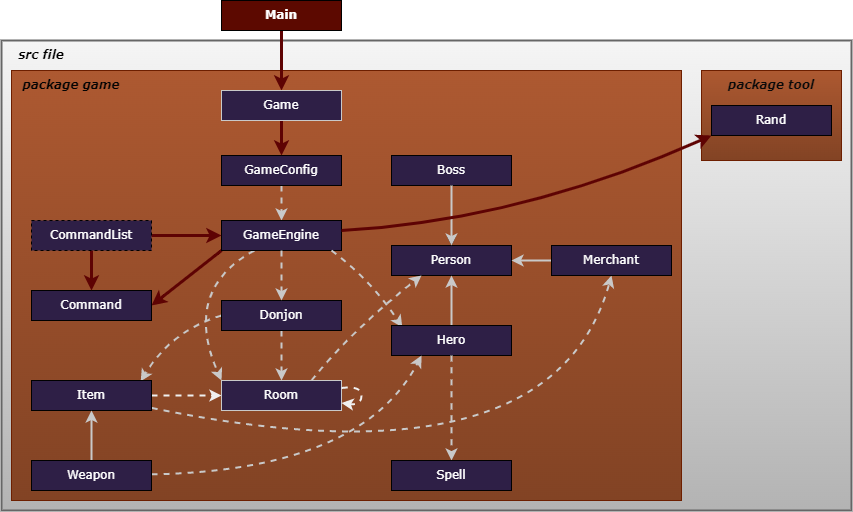
Earlier version of the draw.io export Jeux_RPG/diagram.drawio.png (Vivien-Parsis/Jeux-rpg). Source tidied: cells renumbered, new cells last; positions are measured from the earlier drawing's top-left corner, leaving out a move shared by most shapes.
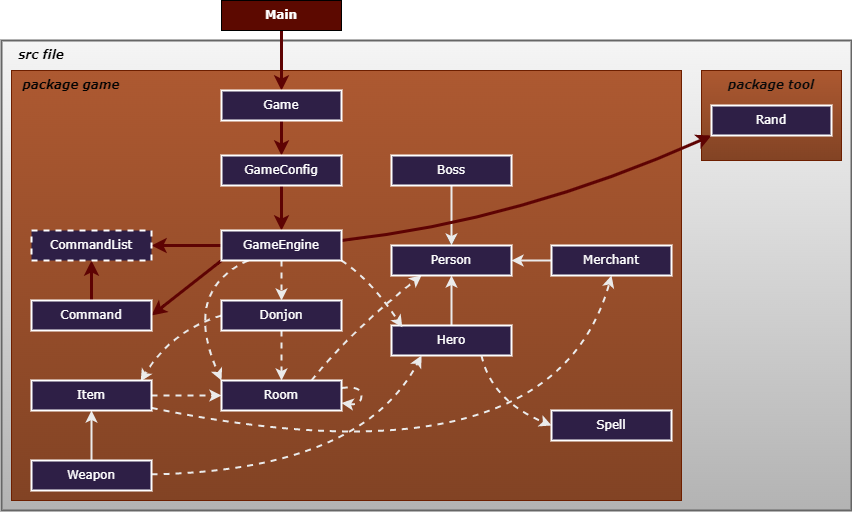
After the commit.

Commit message:
added diagram and final room

What changed in the source:
```diff
@@ -17,13 +17,10 @@
     <mxCell id="6" value="Main" style="rounded=0;whiteSpace=wrap;html=1;fontFamily=Verdana;fillColor=#5C0900;fontStyle=1;fontColor=#ffffff;" parent="1" vertex="1">
       <mxGeometry x="220" width="120" height="30" as="geometry" />
     </mxCell>
-    <mxCell id="7" style="edgeStyle=none;html=1;fontColor=#FFFAFA;strokeColor=#C9C9C9;dashed=1;strokeWidth=2;" parent="1" edge="1" source="8" target="11">
-      <mxGeometry relative="1" as="geometry" />
-    </mxCell>
     <mxCell id="8" value="GameConfig" style="rounded=0;whiteSpace=wrap;html=1;fillStyle=auto;fillColor=#2E1F46;fontFamily=Verdana;fontColor=#ffffff;" parent="1" vertex="1">
       <mxGeometry x="220" y="155" width="120" height="30" as="geometry" />
     </mxCell>
-    <mxCell id="9" style="edgeStyle=none;curved=1;html=1;entryX=0;entryY=0;entryDx=0;entryDy=0;dashed=1;fontColor=#FFFAFA;strokeColor=#C9C9C9;strokeWidth=2;" parent="1" edge="1" source="11" target="27">
+    <mxCell id="9" style="edgeStyle=none;curved=1;html=1;entryX=0;entryY=0;entryDx=0;entryDy=0;dashed=1;fontColor=#FFFAFA;strokeColor=#EBEBEB;strokeWidth=2;" parent="1" edge="1" source="11" target="27">
       <mxGeometry relative="1" as="geometry">
         <Array as="points">
           <mxPoint x="180" y="290" />
@@ -33,20 +30,17 @@
     <mxCell id="10" style="edgeStyle=none;html=1;entryX=1;entryY=0.5;entryDx=0;entryDy=0;fontFamily=Helvetica;exitX=0;exitY=1;exitDx=0;exitDy=0;curved=1;fontColor=#FFFAFA;strokeColor=#5e0303;strokeWidth=3;" parent="1" edge="1" source="11" target="31">
       <mxGeometry relative="1" as="geometry" />
     </mxCell>
-    <mxCell id="11" value="GameEngine" style="rounded=0;whiteSpace=wrap;html=1;fillStyle=auto;fillColor=#2E1F46;fontFamily=Verdana;fontColor=#ffffff;" parent="1" vertex="1">
-      <mxGeometry x="220" y="220" width="120" height="30" as="geometry" />
-    </mxCell>
-    <mxCell id="12" style="edgeStyle=none;html=1;dashed=1;fontColor=#ffffff;strokeColor=#C9C9C9;strokeWidth=2;" parent="1" edge="1" source="14" target="27">
+    <mxCell id="12" style="edgeStyle=none;html=1;dashed=1;fontColor=#ffffff;strokeColor=#EBEBEB;strokeWidth=2;" parent="1" edge="1" source="14" target="27">
       <mxGeometry relative="1" as="geometry" />
     </mxCell>
-    <mxCell id="13" style="edgeStyle=none;curved=1;html=1;entryX=0.91;entryY=0.027;entryDx=0;entryDy=0;dashed=1;exitX=0;exitY=0.5;exitDx=0;exitDy=0;entryPerimeter=0;fontColor=#FFFAFA;strokeColor=#C9C9C9;strokeWidth=2;" parent="1" edge="1" source="14" target="23">
+    <mxCell id="13" style="edgeStyle=none;curved=1;html=1;entryX=0.91;entryY=0.027;entryDx=0;entryDy=0;dashed=1;exitX=0;exitY=0.5;exitDx=0;exitDy=0;entryPerimeter=0;fontColor=#FFFAFA;strokeColor=#EBEBEB;strokeWidth=2;" parent="1" edge="1" source="14" target="23">
       <mxGeometry relative="1" as="geometry">
         <Array as="points">
           <mxPoint x="170" y="330" />
         </Array>
       </mxGeometry>
     </mxCell>
-    <mxCell id="14" value="Donjon" style="rounded=0;whiteSpace=wrap;html=1;fillStyle=auto;fillColor=#2E1F46;fontFamily=Verdana;fontColor=#ffffff;" parent="1" vertex="1">
+    <mxCell id="14" value="Donjon" style="rounded=0;whiteSpace=wrap;html=1;fillStyle=auto;fillColor=#2E1F46;fontFamily=Verdana;fontColor=#ffffff;strokeColor=#ffffff;strokeWidth=2;" parent="1" vertex="1">
       <mxGeometry x="220" y="300" width="120" height="30" as="geometry" />
     </mxCell>
     <mxCell id="15" value="Person" style="rounded=0;whiteSpace=wrap;html=1;fillStyle=auto;fillColor=#2E1F46;fontFamily=Verdana;fontColor=#ffffff;" parent="1" vertex="1">
@@ -58,24 +52,16 @@
     <mxCell id="17" value="Boss" style="rounded=0;whiteSpace=wrap;html=1;fillStyle=auto;fillColor=#2E1F46;fontFamily=Verdana;fontColor=#ffffff;" parent="1" vertex="1">
       <mxGeometry x="390" y="155" width="120" height="30" as="geometry" />
     </mxCell>
-    <mxCell id="18" style="edgeStyle=none;html=1;fontColor=#FFFAFA;strokeColor=#C9C9C9;strokeWidth=2;" parent="1" edge="1" source="20" target="15">
+    <mxCell id="18" style="edgeStyle=none;html=1;fontColor=#FFFAFA;strokeColor=#EBEBEB;strokeWidth=2;" parent="1" edge="1" source="20" target="15">
       <mxGeometry relative="1" as="geometry" />
     </mxCell>
-    <mxCell id="19" style="edgeStyle=none;html=1;entryX=0.09;entryY=0.06;entryDx=0;entryDy=0;dashed=1;curved=1;fontColor=#FFFAFA;strokeColor=#C9C9C9;strokeWidth=2;entryPerimeter=0;" parent="1" edge="1" target="20">
-      <mxGeometry relative="1" as="geometry">
-        <mxPoint x="330" y="250" as="sourcePoint" />
-        <Array as="points">
-          <mxPoint x="370" y="280" />
-        </Array>
-      </mxGeometry>
-    </mxCell>
-    <mxCell id="20" value="Hero" style="rounded=0;whiteSpace=wrap;html=1;fillStyle=auto;fillColor=#2E1F46;fontFamily=Verdana;fontColor=#ffffff;" parent="1" vertex="1">
+    <mxCell id="20" value="Hero" style="rounded=0;whiteSpace=wrap;html=1;fillStyle=auto;fillColor=#2E1F46;fontFamily=Verdana;fontColor=#ffffff;strokeColor=#ffffff;strokeWidth=2;" parent="1" vertex="1">
       <mxGeometry x="390" y="325" width="120" height="30" as="geometry" />
     </mxCell>
-    <mxCell id="21" style="edgeStyle=none;html=1;entryX=0;entryY=0.5;entryDx=0;entryDy=0;dashed=1;fontColor=#FFFAFA;strokeColor=#F0F0F0;strokeWidth=2;" parent="1" edge="1" source="23" target="27">
+    <mxCell id="21" style="edgeStyle=none;html=1;entryX=0;entryY=0.5;entryDx=0;entryDy=0;dashed=1;fontColor=#FFFAFA;strokeColor=#EBEBEB;strokeWidth=2;" parent="1" edge="1" source="23" target="27">
       <mxGeometry relative="1" as="geometry" />
     </mxCell>
-    <mxCell id="22" style="edgeStyle=none;html=1;entryX=0.5;entryY=1;entryDx=0;entryDy=0;strokeColor=#C9C9C9;fontColor=#FFFAFA;dashed=1;strokeWidth=2;curved=1;" parent="1" edge="1" source="23" target="47">
+    <mxCell id="22" style="edgeStyle=none;html=1;entryX=0.5;entryY=1;entryDx=0;entryDy=0;strokeColor=#EBEBEB;fontColor=#FFFAFA;dashed=1;strokeWidth=2;curved=1;" parent="1" edge="1" source="23" target="47">
       <mxGeometry relative="1" as="geometry">
         <Array as="points">
           <mxPoint x="550" y="490" />
@@ -85,10 +71,10 @@
     <mxCell id="23" value="Item" style="rounded=0;whiteSpace=wrap;html=1;fillStyle=auto;fillColor=#2E1F46;fontFamily=Verdana;fontColor=#ffffff;" parent="1" vertex="1">
       <mxGeometry x="30" y="380" width="120" height="30" as="geometry" />
     </mxCell>
-    <mxCell id="24" style="edgeStyle=none;html=1;fontColor=#FFFAFA;strokeColor=#C9C9C9;strokeWidth=2;" parent="1" edge="1" source="26" target="23">
+    <mxCell id="24" style="edgeStyle=none;html=1;fontColor=#FFFAFA;strokeColor=#EBEBEB;strokeWidth=2;" parent="1" edge="1" source="26" target="23">
       <mxGeometry relative="1" as="geometry" />
     </mxCell>
-    <mxCell id="25" style="edgeStyle=none;html=1;entryX=0.25;entryY=1;entryDx=0;entryDy=0;dashed=1;curved=1;fontColor=#FFFAFA;strokeColor=#C9C9C9;strokeWidth=2;" parent="1" edge="1" source="26" target="20">
+    <mxCell id="25" style="edgeStyle=none;html=1;entryX=0.25;entryY=1;entryDx=0;entryDy=0;dashed=1;curved=1;fontColor=#FFFAFA;strokeColor=#EBEBEB;strokeWidth=2;" parent="1" edge="1" source="26" target="20">
       <mxGeometry relative="1" as="geometry">
         <Array as="points">
           <mxPoint x="360" y="470" />
@@ -101,53 +87,49 @@
     <mxCell id="27" value="Room" style="rounded=0;whiteSpace=wrap;html=1;fillStyle=auto;fillColor=#2E1F46;fontFamily=Verdana;fontColor=#ffffff;strokeColor=#C9C9C9;" parent="1" vertex="1">
       <mxGeometry x="220" y="380" width="120" height="30" as="geometry" />
     </mxCell>
-    <mxCell id="28" style="edgeStyle=none;curved=1;html=1;dashed=1;fontColor=#FFFAFA;strokeColor=#F0F0F0;strokeWidth=2;" parent="1" edge="1" source="27" target="27">
+    <mxCell id="28" style="edgeStyle=none;curved=1;html=1;dashed=1;fontColor=#FFFAFA;strokeColor=#EBEBEB;strokeWidth=2;" parent="1" edge="1" source="27" target="27">
       <mxGeometry relative="1" as="geometry" />
     </mxCell>
-    <mxCell id="29" style="edgeStyle=none;curved=1;html=1;dashed=1;fontColor=#FFFAFA;strokeColor=#C9C9C9;strokeWidth=2;exitX=0.5;exitY=1;exitDx=0;exitDy=0;entryX=0.5;entryY=0;entryDx=0;entryDy=0;" parent="1" edge="1" source="20" target="30">
-      <mxGeometry relative="1" as="geometry" />
+    <mxCell id="29" style="edgeStyle=none;curved=1;html=1;dashed=1;fontColor=#FFFAFA;strokeColor=#EBEBEB;strokeWidth=2;exitX=0.75;exitY=1;exitDx=0;exitDy=0;entryX=0;entryY=0.5;entryDx=0;entryDy=0;" parent="1" edge="1" source="20" target="30">
+      <mxGeometry relative="1" as="geometry">
+        <Array as="points">
+          <mxPoint x="490" y="400" />
+        </Array>
+      </mxGeometry>
     </mxCell>
-    <mxCell id="30" value="Spell" style="rounded=0;whiteSpace=wrap;html=1;fillStyle=auto;fillColor=#2E1F46;fontFamily=Verdana;fontColor=#ffffff;" parent="1" vertex="1">
-      <mxGeometry x="390" y="460" width="120" height="30" as="geometry" />
+    <mxCell id="30" value="Spell" style="rounded=0;whiteSpace=wrap;html=1;fillStyle=auto;fillColor=#2E1F46;fontFamily=Verdana;fontColor=#ffffff;strokeWidth=2;strokeColor=#ffffff;" parent="1" vertex="1">
+      <mxGeometry x="550" y="410" width="120" height="30" as="geometry" />
     </mxCell>
-    <mxCell id="31" value="Command" style="rounded=0;whiteSpace=wrap;html=1;fillStyle=auto;fillColor=#2E1F46;fontFamily=Verdana;fontColor=#ffffff;" parent="1" vertex="1">
-      <mxGeometry x="30" y="290" width="120" height="30" as="geometry" />
-    </mxCell>
     <mxCell id="32" style="edgeStyle=none;curved=1;html=1;dashed=1;strokeWidth=1;strokeColor=none;dashPattern=1 4;fontColor=#ffffff;" parent="1" edge="1" source="35" target="11">
       <mxGeometry relative="1" as="geometry" />
     </mxCell>
-    <mxCell id="33" style="edgeStyle=none;curved=1;html=1;strokeWidth=3;fontColor=#FFFAFA;strokeColor=#5e0303;" parent="1" edge="1" source="35">
-      <mxGeometry relative="1" as="geometry">
-        <mxPoint x="220" y="235" as="targetPoint" />
-      </mxGeometry>
+    <mxCell id="33" style="edgeStyle=none;curved=1;html=1;strokeWidth=3;fontColor=#FFFAFA;strokeColor=#5e0303;entryX=1;entryY=0.5;entryDx=0;entryDy=0;" parent="1" edge="1" source="11" target="35">
+      <mxGeometry relative="1" as="geometry" />
     </mxCell>
-    <mxCell id="34" style="edgeStyle=none;curved=1;html=1;strokeWidth=3;fontColor=#FFFAFA;strokeColor=#5e0303;" parent="1" edge="1" source="35" target="31">
+    <mxCell id="34" style="edgeStyle=none;curved=1;html=1;strokeWidth=3;fontColor=#FFFAFA;strokeColor=#5e0303;exitX=0.5;exitY=0;exitDx=0;exitDy=0;entryX=0.5;entryY=1;entryDx=0;entryDy=0;" parent="1" edge="1" source="31" target="35">
       <mxGeometry relative="1" as="geometry" />
     </mxCell>
-    <mxCell id="35" value="CommandList" style="rounded=0;whiteSpace=wrap;html=1;dashed=1;fillStyle=auto;fillColor=#2E1F46;fontFamily=Verdana;fontColor=#ffffff;" parent="1" vertex="1">
-      <mxGeometry x="30" y="220" width="120" height="30" as="geometry" />
+    <mxCell id="35" value="CommandList" style="rounded=0;whiteSpace=wrap;html=1;dashed=1;fillStyle=auto;fillColor=#2E1F46;fontFamily=Verdana;fontColor=#ffffff;strokeColor=#ffffff;strokeWidth=2;" parent="1" vertex="1">
+      <mxGeometry x="30" y="230" width="120" height="30" as="geometry" />
     </mxCell>
     <mxCell id="36" value="&lt;font face=&quot;Verdana&quot;&gt;package game&lt;/font&gt;" style="text;html=1;align=center;verticalAlign=middle;whiteSpace=wrap;rounded=0;fontStyle=3;fontColor=#030303;" parent="1" vertex="1">
       <mxGeometry x="20" y="70" width="100" height="30" as="geometry" />
     </mxCell>
-    <mxCell id="37" style="edgeStyle=none;html=1;fontColor=#FFFAFA;strokeColor=#C9C9C9;strokeWidth=2;" parent="1" edge="1">
+    <mxCell id="37" style="edgeStyle=none;html=1;fontColor=#FFFAFA;strokeColor=#EBEBEB;strokeWidth=2;" parent="1" edge="1">
       <mxGeometry relative="1" as="geometry">
         <mxPoint x="450" y="185" as="sourcePoint" />
         <mxPoint x="450" y="245" as="targetPoint" />
       </mxGeometry>
     </mxCell>
-    <mxCell id="38" style="edgeStyle=none;html=1;dashed=1;curved=1;fontColor=#FFFAFA;strokeColor=#C9C9C9;strokeWidth=2;entryX=0.25;entryY=1;entryDx=0;entryDy=0;exitX=0.75;exitY=0;exitDx=0;exitDy=0;" parent="1" edge="1" source="27" target="15">
+    <mxCell id="38" style="edgeStyle=none;html=1;dashed=1;curved=1;fontColor=#FFFAFA;strokeColor=#EBEBEB;strokeWidth=2;entryX=0.25;entryY=1;entryDx=0;entryDy=0;exitX=0.75;exitY=0;exitDx=0;exitDy=0;" parent="1" edge="1" source="27" target="15">
       <mxGeometry relative="1" as="geometry">
         <Array as="points">
           <mxPoint x="350" y="330" />
         </Array>
       </mxGeometry>
     </mxCell>
-    <mxCell id="39" style="edgeStyle=none;html=1;dashed=1;fontColor=#ffffff;strokeColor=#C9C9C9;strokeWidth=2;" parent="1" edge="1">
-      <mxGeometry relative="1" as="geometry">
-        <mxPoint x="280" y="250" as="sourcePoint" />
-        <mxPoint x="280" y="300" as="targetPoint" />
-      </mxGeometry>
+    <mxCell id="39" style="edgeStyle=none;html=1;dashed=1;fontColor=#ffffff;strokeColor=#EBEBEB;strokeWidth=2;entryX=0.5;entryY=0;entryDx=0;entryDy=0;startArrow=none;" parent="1" edge="1" source="11" target="14">
+      <mxGeometry relative="1" as="geometry" />
     </mxCell>
     <mxCell id="40" style="edgeStyle=none;html=1;entryX=0.5;entryY=0;entryDx=0;entryDy=0;strokeColor=#5e0303;strokeWidth=3;fontColor=#FFFAFA;" parent="1" edge="1" source="41" target="8">
       <mxGeometry relative="1" as="geometry" />
@@ -155,15 +137,14 @@
     <mxCell id="41" value="Game" style="rounded=0;whiteSpace=wrap;html=1;fillStyle=auto;fillColor=#2E1F46;fontFamily=Verdana;fontColor=#ffffff;strokeColor=#C9C9C9;" parent="1" vertex="1">
       <mxGeometry x="220" y="90" width="120" height="30" as="geometry" />
     </mxCell>
-    <mxCell id="42" style="edgeStyle=none;html=1;entryX=0;entryY=1;entryDx=0;entryDy=0;strokeColor=#5e0303;curved=1;fontColor=#FFFAFA;strokeWidth=3;" parent="1" edge="1" target="43">
+    <mxCell id="42" style="edgeStyle=none;html=1;entryX=0;entryY=1;entryDx=0;entryDy=0;strokeColor=#5e0303;curved=1;fontColor=#FFFAFA;strokeWidth=3;exitX=1;exitY=0.333;exitDx=0;exitDy=0;exitPerimeter=0;" parent="1" edge="1" source="11" target="43">
       <mxGeometry relative="1" as="geometry">
-        <mxPoint x="340" y="230" as="sourcePoint" />
         <Array as="points">
           <mxPoint x="520" y="220" />
         </Array>
       </mxGeometry>
     </mxCell>
-    <mxCell id="43" value="Rand" style="rounded=0;whiteSpace=wrap;html=1;fillStyle=auto;fillColor=#2E1F46;fontFamily=Verdana;fontColor=#ffffff;" parent="1" vertex="1">
+    <mxCell id="43" value="Rand" style="rounded=0;whiteSpace=wrap;html=1;fillStyle=auto;fillColor=#2E1F46;fontFamily=Verdana;fontColor=#ffffff;strokeWidth=2;strokeColor=#ffffff;" parent="1" vertex="1">
       <mxGeometry x="710" y="105" width="120" height="30" as="geometry" />
     </mxCell>
     <mxCell id="44" value="&lt;font face=&quot;Verdana&quot;&gt;package tool&lt;/font&gt;" style="text;html=1;align=center;verticalAlign=middle;whiteSpace=wrap;rounded=0;fontColor=#0A0A0A;fontStyle=3;strokeColor=none;" parent="1" vertex="1">
@@ -172,11 +153,75 @@
     <mxCell id="45" value="&lt;font face=&quot;Verdana&quot;&gt;src file&lt;/font&gt;" style="text;html=1;align=center;verticalAlign=middle;whiteSpace=wrap;rounded=0;fontColor=#000000;fontStyle=3;strokeColor=none;labelBackgroundColor=none;labelBorderColor=none;" parent="1" vertex="1">
       <mxGeometry x="10" y="40" width="60" height="30" as="geometry" />
     </mxCell>
-    <mxCell id="46" style="edgeStyle=none;html=1;entryX=1;entryY=0.5;entryDx=0;entryDy=0;strokeColor=#C9C9C9;fontColor=#FFFAFA;strokeWidth=2;" parent="1" edge="1" source="47" target="15">
+    <mxCell id="46" style="edgeStyle=none;html=1;entryX=1;entryY=0.5;entryDx=0;entryDy=0;strokeColor=#EBEBEB;fontColor=#FFFAFA;strokeWidth=2;" parent="1" edge="1" source="47" target="15">
       <mxGeometry relative="1" as="geometry" />
     </mxCell>
-    <mxCell id="47" value="Merchant" style="rounded=0;whiteSpace=wrap;html=1;fillStyle=auto;fillColor=#2E1F46;fontFamily=Verdana;fontColor=#ffffff;" parent="1" vertex="1">
+    <mxCell id="47" value="Merchant" style="rounded=0;whiteSpace=wrap;html=1;fillStyle=auto;fillColor=#2E1F46;fontFamily=Verdana;fontColor=#ffffff;strokeWidth=2;strokeColor=#ffffff;" parent="1" vertex="1">
       <mxGeometry x="550" y="245" width="120" height="30" as="geometry" />
     </mxCell>
+    <mxCell id="48" style="edgeStyle=none;html=1;entryX=0.09;entryY=0.06;entryDx=0;entryDy=0;dashed=1;curved=1;fontColor=#FFFAFA;strokeColor=#EBEBEB;strokeWidth=2;entryPerimeter=0;exitX=1;exitY=1;exitDx=0;exitDy=0;" parent="1" edge="1" source="11">
+      <mxGeometry relative="1" as="geometry">
+        <mxPoint x="400.8" y="326.8" as="targetPoint" />
+        <Array as="points">
+          <mxPoint x="370" y="280" />
+        </Array>
+      </mxGeometry>
+    </mxCell>
+    <mxCell id="49" value="Weapon" style="rounded=0;whiteSpace=wrap;html=1;fillStyle=auto;fillColor=#2E1F46;fontFamily=Verdana;fontColor=#ffffff;" parent="1" vertex="1">
+      <mxGeometry x="30" y="460" width="120" height="30" as="geometry" />
+    </mxCell>
+    <mxCell id="50" value="Item" style="rounded=0;whiteSpace=wrap;html=1;fillStyle=auto;fillColor=#2E1F46;fontFamily=Verdana;fontColor=#ffffff;" parent="1" vertex="1">
+      <mxGeometry x="30" y="380" width="120" height="30" as="geometry" />
+    </mxCell>
+    <mxCell id="51" value="Room" style="rounded=0;whiteSpace=wrap;html=1;fillStyle=auto;fillColor=#2E1F46;fontFamily=Verdana;fontColor=#ffffff;strokeColor=#C9C9C9;" parent="1" vertex="1">
+      <mxGeometry x="220" y="380" width="120" height="30" as="geometry" />
+    </mxCell>
+    <mxCell id="52" value="GameConfig" style="rounded=0;whiteSpace=wrap;html=1;fillStyle=auto;fillColor=#2E1F46;fontFamily=Verdana;fontColor=#ffffff;" parent="1" vertex="1">
+      <mxGeometry x="220" y="155" width="120" height="30" as="geometry" />
+    </mxCell>
+    <mxCell id="53" value="Game" style="rounded=0;whiteSpace=wrap;html=1;fillStyle=auto;fillColor=#2E1F46;fontFamily=Verdana;fontColor=#ffffff;strokeColor=#C9C9C9;" parent="1" vertex="1">
+      <mxGeometry x="220" y="90" width="120" height="30" as="geometry" />
+    </mxCell>
+    <mxCell id="54" value="Boss" style="rounded=0;whiteSpace=wrap;html=1;fillStyle=auto;fillColor=#2E1F46;fontFamily=Verdana;fontColor=#ffffff;" parent="1" vertex="1">
+      <mxGeometry x="390" y="155" width="120" height="30" as="geometry" />
+    </mxCell>
+    <mxCell id="55" value="Person" style="rounded=0;whiteSpace=wrap;html=1;fillStyle=auto;fillColor=#2E1F46;fontFamily=Verdana;fontColor=#ffffff;" parent="1" vertex="1">
+      <mxGeometry x="390" y="245" width="120" height="30" as="geometry" />
+    </mxCell>
+    <mxCell id="31" value="Command" style="rounded=0;whiteSpace=wrap;html=1;fillStyle=auto;fillColor=#2E1F46;fontFamily=Verdana;fontColor=#ffffff;strokeWidth=2;strokeColor=#ffffff;" parent="1" vertex="1">
+      <mxGeometry x="30" y="300" width="120" height="30" as="geometry" />
+    </mxCell>
+    <mxCell id="56" value="Weapon" style="rounded=0;whiteSpace=wrap;html=1;fillStyle=auto;fillColor=#2E1F46;fontFamily=Verdana;fontColor=#ffffff;strokeWidth=2;strokeColor=#ffffff;" parent="1" vertex="1">
+      <mxGeometry x="30" y="460" width="120" height="30" as="geometry" />
+    </mxCell>
+    <mxCell id="57" value="Item" style="rounded=0;whiteSpace=wrap;html=1;fillStyle=auto;fillColor=#2E1F46;fontFamily=Verdana;fontColor=#ffffff;strokeWidth=2;strokeColor=#ffffff;" parent="1" vertex="1">
+      <mxGeometry x="30" y="380" width="120" height="30" as="geometry" />
+    </mxCell>
+    <mxCell id="58" value="Room" style="rounded=0;whiteSpace=wrap;html=1;fillStyle=auto;fillColor=#2E1F46;fontFamily=Verdana;fontColor=#ffffff;strokeColor=#ffffff;strokeWidth=2;" parent="1" vertex="1">
+      <mxGeometry x="220" y="380" width="120" height="30" as="geometry" />
+    </mxCell>
+    <mxCell id="59" style="edgeStyle=none;html=1;entryX=0.5;entryY=0;entryDx=0;entryDy=0;strokeColor=#5e0303;fontColor=#FFFAFA;strokeWidth=3;" parent="1" edge="1" source="60" target="11">
+      <mxGeometry relative="1" as="geometry" />
+    </mxCell>
+    <mxCell id="60" value="GameConfig" style="rounded=0;whiteSpace=wrap;html=1;fillStyle=auto;fillColor=#2E1F46;fontFamily=Verdana;fontColor=#ffffff;strokeWidth=2;strokeColor=#ffffff;" parent="1" vertex="1">
+      <mxGeometry x="220" y="155" width="120" height="30" as="geometry" />
+    </mxCell>
+    <mxCell id="61" value="Game" style="rounded=0;whiteSpace=wrap;html=1;fillStyle=auto;fillColor=#2E1F46;fontFamily=Verdana;fontColor=#ffffff;strokeColor=#ffffff;strokeWidth=2;" parent="1" vertex="1">
+      <mxGeometry x="220" y="90" width="120" height="30" as="geometry" />
+    </mxCell>
+    <mxCell id="62" value="Boss" style="rounded=0;whiteSpace=wrap;html=1;fillStyle=auto;fillColor=#2E1F46;fontFamily=Verdana;fontColor=#ffffff;strokeWidth=2;strokeColor=#ffffff;" parent="1" vertex="1">
+      <mxGeometry x="390" y="155" width="120" height="30" as="geometry" />
+    </mxCell>
+    <mxCell id="63" value="Person" style="rounded=0;whiteSpace=wrap;html=1;fillStyle=auto;fillColor=#2E1F46;fontFamily=Verdana;fontColor=#ffffff;strokeWidth=2;strokeColor=#ffffff;" parent="1" vertex="1">
+      <mxGeometry x="390" y="245" width="120" height="30" as="geometry" />
+    </mxCell>
+    <mxCell id="64" style="edgeStyle=none;html=1;dashed=1;fontColor=#ffffff;strokeColor=#EBEBEB;strokeWidth=2;entryX=0.5;entryY=0;entryDx=0;entryDy=0;endArrow=none;" parent="1" edge="1" target="11">
+      <mxGeometry relative="1" as="geometry">
+        <mxPoint x="280" y="250" as="sourcePoint" />
+      </mxGeometry>
+    </mxCell>
+    <mxCell id="11" value="GameEngine" style="rounded=0;whiteSpace=wrap;html=1;fillStyle=auto;fillColor=#2E1F46;fontFamily=Verdana;fontColor=#ffffff;strokeColor=#ffffff;strokeWidth=2;" parent="1" vertex="1">
+      <mxGeometry x="220" y="230" width="120" height="30" as="geometry" />
+    </mxCell>
   </root>
 </mxGraphModel>
```
